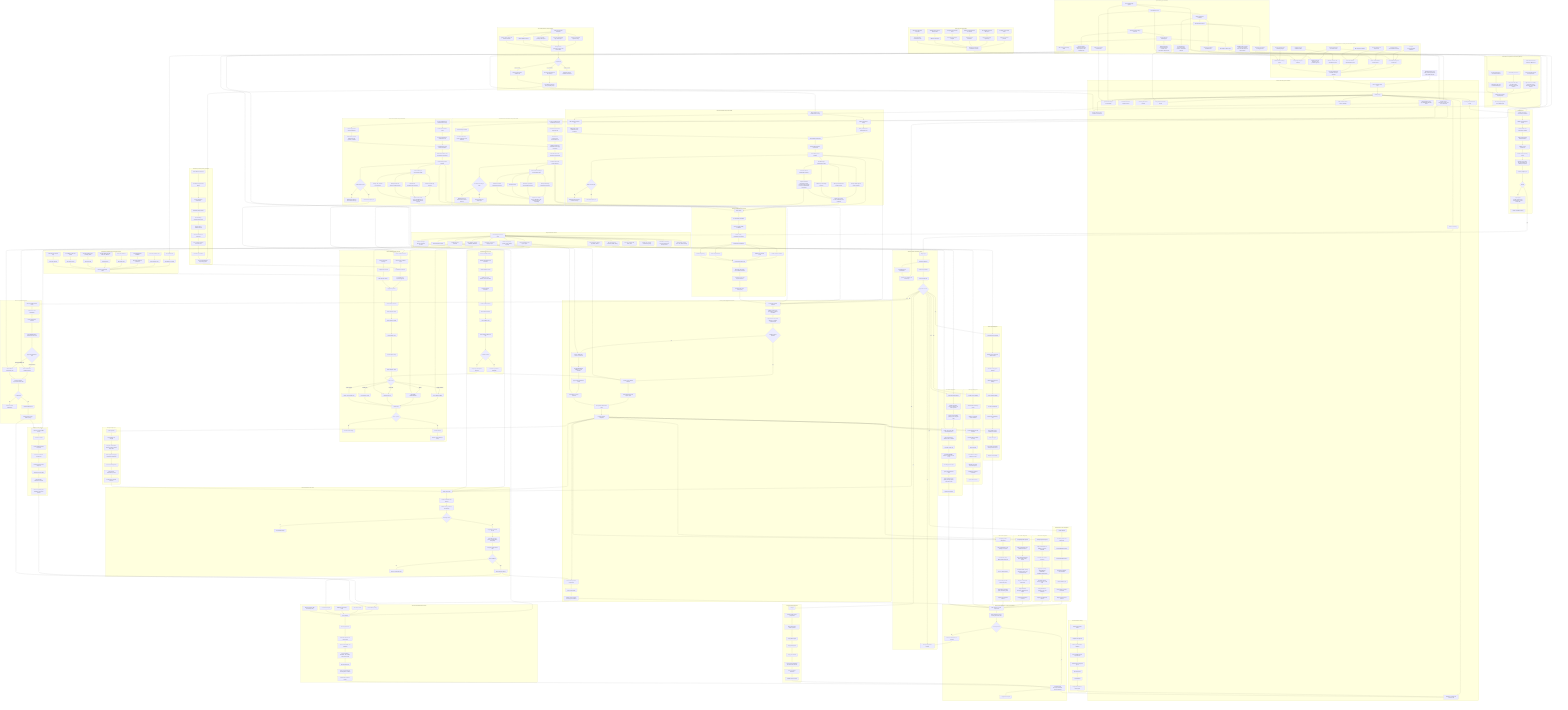
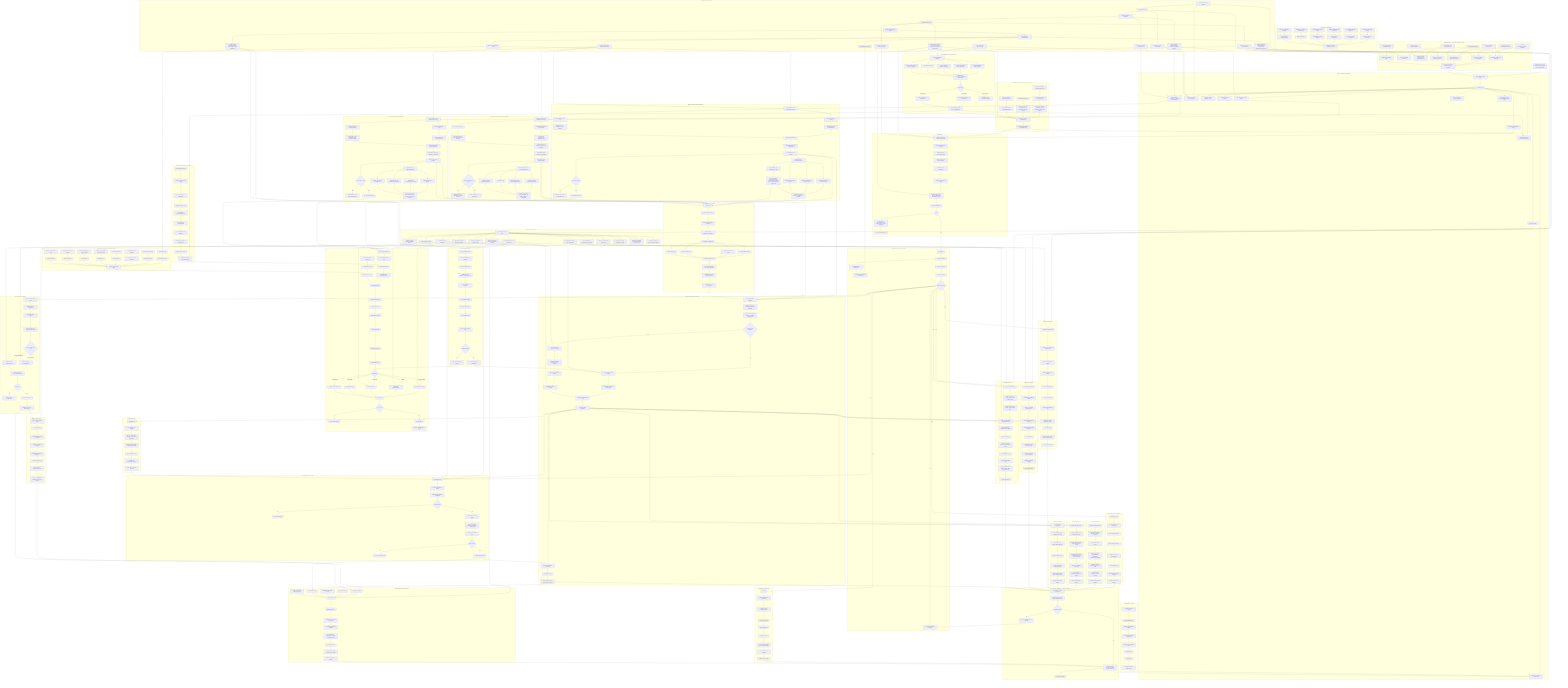
flowchart TD
    START["Management scale view<br/>z/OS provisioning and third-party software lifecycle"] --> CN["Linux or macOS control node"]

    subgraph WORKFORCE["Delivery model: one owner plus AI-assisted execution"]
        OWNER["Human architect and accountable owner"] --> BACKLOG["Architecture backlog and decision log"]
        OWNER --> PRIORITY["Scope triage and pilot selection"]
        OWNER --> REVIEW["Design review, risk acceptance, and production approval"]
        AG1["AI agent: repo/documentation maintainer"] --> BACKLOG
        AG2["AI agent: product documentation researcher"] --> DOCQUEUE["Vendor documentation research queue"]
        AG3["AI agent: Ansible role implementer"] --> ROLEQUEUE["Role and collection implementation queue"]
        AG4["AI agent: test and verification builder"] --> TESTQUEUE["Scenario, molecule, lint, and evidence queue"]
        AG5["AI agent: migration and unwinding analyst"] --> UNWINDQUEUE["Installed-state unwinding queue"]
        COPILOT["IDE completion assistant"] --> ROLEQUEUE
        BACKLOG --> DECISIONS["Recorded assumptions, constraints, and open questions"]
        DOCQUEUE --> DECISIONS
        ROLEQUEUE --> DECISIONS
        TESTQUEUE --> DECISIONS
        UNWINDQUEUE --> DECISIONS
    end

    subgraph CONTROL["Control node and project foundation"]
        CN --> AP["Ansible project"]
        AP --> INV["Inventory and environment model"]
        AP --> ROLES["Shared role catalog"]
        AP --> DATA["Product, region, subsystem, security, and clone definitions"]
        AP --> REPORT["Validation, reporting, and evidence roles"]
        AP --> DOCS["Synchronized design documentation"]
        AP --> DIAGS["Standalone Mermaid diagram sources"]
        AP --> GIT["Git history with atomic commits"]
        AP --> CI["Lint, syntax, and scenario checks"]
        AP --> SECRETS["Vault, credential, token, and key handling"]
        AP --> COLLECTIONS["Ansible collections and execution environments"]
        AP --> TEMPLATES["Jinja templates for JCL, SQL, PARMLIB, PROCLIB, RACF"]
    end

    subgraph GAPS["Top-to-bottom gap remediation"]
        GAP1["Cross-document gap register"] --> GAP2["Pilot selection record"]
        GAP2 --> GAP3["Artifact and schema foundation"]
        GAP3 --> GAP4["IBM automation contract"]
        GAP4 --> GAP5["Security and clone-factory decisions"]
        GAP5 --> GAP6["Vendor intake and unwinding plan"]
        GAP6 --> GAP7["Pilot design readiness gate"]
        GAP3 --> GAP8["Product definition, dependency graph, evidence, and backout schemas"]
        GAP4 --> GAP9["z/OSMF, Ansible collection, control-node, managed-node, CICS, IMS, Db2, and MQ decisions"]
        GAP5 --> GAP10["Security backend abstraction, RACF-first clone template, z/VM capability map"]
        GAP6 --> GAP11["Entitlement-backed inventory, BMC pilot evidence, OSS dispositions, sidequest rule"]
        GAP2 --> GAP12["Pilot and governance controls detail"]
        GAP3 --> GAP13["Schema and evidence foundation detail"]
        GAP4 --> GAP14["Automation contract and security gap detail"]
        GAP6 --> GAP15["BMC read-only unwinding detail"]
+         GAP6 --> GAP16["Product inventory and entitlement intake detail"]
+         GAP4 --> GAP17["Subsystem scope and execution detail"]
+         GAP6 --> GAP18["OSS and sidequest disposition detail"]
    end

    subgraph IBMDOCS["IBM Ansible and platform documentation gathering"]
        ID1["Gather Red Hat Ansible Content for IBM Z docs"] --> ID2["Record collection versions and requirements"]
        ID2 --> ID3["Map z/OS Core, z/OSMF, CICS, IMS, System Automation, and Z HMC modules"]
        ID4["Gather IBM product docs"] --> ID5["Map z/OS, CICS, IMS, Db2, MQ, System Automation, and z/VM surfaces"]
        ID6["Probe unsupported or unconfirmed surfaces"] --> ID7["Classify Db2, MQ, and z/VM automation gaps"]
        ID3 --> ID8["Platform and collection capability maps"]
        ID5 --> ID8
        ID7 --> ID8
        ID8 --> ID9["Role design prerequisites and preflight inputs"]
    end

    subgraph OSSDOCS["OSS tooling discovery and governance"]
        OSS1["Collect relevant OSS candidates"] --> OSS2["Feilong and IBM z/VM adjacent tooling"]
        OSS1 --> OSS3["Zowe CLI, API Mediation Layer, and Explorer"]
        OSS1 --> OSS4["zopen community packages and Git port"]
        OSS1 --> OSS5["Galasa validation harness"]
        OSS1 --> OSS6["py3270, x3270, s3270, and emulator watchlist"]
        OSS2 --> OSS7["Classify license, provenance, support, and internal owner"]
        OSS3 --> OSS7
        OSS4 --> OSS7
        OSS5 --> OSS7
        OSS6 --> OSS7
        OSS7 --> OSS8{"Adoption lane"}
        OSS8 -- "Core candidate" --> OSS9["Pin version and mirror into internal depot"]
        OSS8 -- "Optional helper" --> OSS10["Track as control-node or validation aid"]
        OSS8 -- "Risky or unclear" --> OSS11["Quarantine outside executable automation"]
        OSS9 --> OSS12["Feed platform and clone-factory capability maps"]
        OSS10 --> OSS12
    end

    subgraph ARCH["Target architecture surfaces"]
        ROLES --> ZOS["z/OS managed node over SSH"]
        ZOS --> ZOSMF["z/OSMF APIs and workflows"]
        ZOS --> ZOAU["ZOAU and Python runtime"]
        ZOS --> JES["JES job submission and spool capture"]
        ZOS --> MVS["MVS datasets, catalogs, PROCLIB, PARMLIB"]
        ZOS --> USS["USS paths, permissions, tagging, scripts"]
        ZOS --> SMPE["SMP/E CSI, target libraries, distribution libraries"]
        ZOS --> RACF["RACF users, groups, profiles, permits, OMVS, keyrings"]
        ZOS --> CICSAPI["CICS TS, CICSPlex SM, CMCI, CSD"]
        ZOS --> IMSAPI["IMS control regions, commands, DBRC, catalog"]
        ZOS --> DB2API["Db2 subsystems, catalog, SQL, BIND, utilities"]
        ZOS --> TCPIP["TCP/IP, ports, resolver, certificates, keyrings"]
        ZOS --> AUTO["Automation, scheduling, console command, and message hooks"]
        ZOS --> STORAGE["SMS classes, volumes, ACS rules, dataset naming"]
    end

    subgraph PREFLIGHT["Preflight checks"]
        INV --> PF1["Validate control node versions and collections"]
        PF1 --> PF2["Validate SSH and Python on z/OS"]
        PF2 --> PF3["Validate ZOAU and environment variables"]
        PF3 --> PF4["Gather z/OS facts and dataset standards"]
        PF4 --> PF5["Validate security permissions"]
        PF5 --> PF6["Validate storage and HLQ access"]
        PF6 --> PF7["Validate product, CICS, IMS, Db2, SMP/E, and z/OSMF prerequisites"]
        PF7 --> PF8["Produce preflight report"]
        PF8 --> PFGATE{"Ready?"}
        PFGATE -- "No" --> PFGAP["Report gaps<br/>security, storage, SSH, ZOAU, Python, product media, APIs"]
        PFGAP --> PFFOLLOW["Create remediation backlog"]
    end

    ID9 --> PF1
    ID9 --> COLLECTIONS
    OSS12 --> ID8
    OSS12 --> COLLECTIONS
    OSS12 --> DP10
    GAP1 --> BACKLOG
    GAP1 --> DOCS
    GAP2 --> PRIORITY
    GAP7 --> IN8
    GAP8 --> DATA
    GAP8 --> CI
    GAP9 --> ID8
    GAP9 --> PF1
    GAP10 --> CL2
    GAP10 --> R1
    GAP11 --> DOCQUEUE
    GAP11 --> UNWINDQUEUE
    GAP12 --> DOCS
    GAP13 --> DATA
    GAP14 --> PF1
    GAP15 --> BMC1
    GAP15 --> UW1
+     GAP16 --> BMC1
+     GAP16 --> CA1
+     GAP16 --> RK1
+     GAP17 --> C1
+     GAP17 --> I1
+     GAP17 --> D1
+     GAP17 --> PF7
+     GAP18 --> OSS1
+     GAP18 --> DOCS

    subgraph INTAKE["Enterprise intake and design controls"]
        PFGATE -- "Yes" --> IN1["Stage inputs"]
        IN1 --> IN2["Normalize definitions"]
        IN2 --> IN3["Resolve dependencies"]
        IN3 --> IN4["Build execution plan"]
        IN4 --> IN5{"Approval to execute?"}
        IN5 -- "No" --> IN6["Hold plan and publish findings"]
        IN2 --> IN7["Tag unknowns and assumptions"]
        IN7 --> IN8["Split into pilot, backlog, and out-of-scope"]
    end

    subgraph ZOSMFCTRL["z/OSMF-first control model"]
        ZM1["Discover z/OSMF services"] --> ZM2["Validate authentication and certificates"]
        ZM2 --> ZM3["Validate workflow service"]
        ZM3 --> ZM4["Validate jobs, files, datasets, and console APIs"]
        ZM4 --> ZM5["Register workflow templates"]
        ZM5 --> ZM6["Create workflow instance"]
        ZM6 --> ZM7["Bind workflow variables"]
        ZM7 --> ZM8["Drive workflow steps"]
        ZM8 --> ZM9["Collect workflow status and logs"]
        ZM9 --> ZM10{"Workflow reusable?"}
        ZM10 -- "Yes" --> ZM11["Promote as preferred install path"]
        ZM10 -- "No" --> ZM12["Wrap as product-specific exception"]
    end

    subgraph PRODUCTMODEL["Product definition schema pressure"]
        PD1["Vendor family"] --> PD2["Product identity and aliases"]
        PD2 --> PD3["Version, release, FMIDs, SYSMODs"]
        PD3 --> PD4["Media, service, HOLDDATA, checksums"]
        PD4 --> PD5["Install method classification"]
        PD5 --> PD6["z/OSMF workflow variables"]
        PD5 --> PD7["SMP/E zones and CSI model"]
        PD5 --> PD8["Vendor JCL parameters"]
        PD5 --> PD9["Runtime-only overlay"]
        PD6 --> PD10["Runtime integration hooks"]
        PD7 --> PD10
        PD8 --> PD10
        PD9 --> PD10
        PD10 --> PD11["CICS, IMS, Db2, RACF, USS, TCP/IP, automation"]
        PD11 --> PD12["Verification probes and expected evidence"]
        PD12 --> PD13["Backout, hold, soak, accept policy"]
    end

    subgraph BMC["BMC documentation and product intake"]
        BMC1["BMC entitlement and installed-state inventory"] --> BMC2["BMC documentation catalog"]
        BMC1 --> BMC3["BMC Product Download Tool"]
        BMC2 --> BMC4["BMC product/version documentation set"]
        BMC3 --> BMC5["BMC media, service, HOLDDATA, tools, workflows"]
        BMC4 --> BMC6["Classify BMC install method"]
        BMC5 --> BMC6
        BMC6 --> BMC7["Extract BMC automation requirements"]
        BMC7 --> BMC8["Create BMC product definition"]
        BMC8 --> BMC9{"BMC ready for pilot?"}
        BMC9 -- "No" --> BMC10["Mark BMC unknowns and continue discovery"]
        BMC9 -- "Yes" --> BMC11["Select BMC adapter pilot"]
        BMC8 --> BMC12["First BMC target documentation intake"]
        BMC12 --> BMC13["AMI Ops Monitoring and monitor products"]
        BMC12 --> BMC14["AMI Ops Automation and licensed options"]
        BMC12 --> BMC15["AMI DevX product-family inventory"]
        BMC12 --> BMC17["Control-M suite and INCONTROL inventory"]
        BMC13 --> BMC16["Capture docs, media, service, HOLDDATA, JCL, workflows"]
        BMC14 --> BMC16
        BMC15 --> BMC16
        BMC17 --> BMC18["Capture distributed orchestration, agents, Automation API, Control-M for z/OS, and INCONTROL components"]
        BMC18 --> BMC16
    end

    subgraph BROADCOM["Broadcom CA documentation and product intake"]
        CA1["Broadcom entitlement and installed-state inventory"] --> CA2["Broadcom TechDocs and Support Portal"]
        CA1 --> CA3["Broadcom My Downloads"]
        CA2 --> CA4["Broadcom CA product/version documentation set"]
        CA3 --> CA5["Broadcom CA media, service, HOLDDATA, tools, workflows"]
        CA4 --> CA6["Classify Broadcom CA install method and legacy CA aliases"]
        CA5 --> CA6
        CA6 --> CA7["Extract Broadcom CA automation requirements"]
        CA7 --> CA8["Create Broadcom CA product definition"]
        CA8 --> CA9{"Broadcom CA ready for pilot?"}
        CA9 -- "No" --> CA10["Mark Broadcom CA unknowns and continue discovery"]
        CA9 -- "Yes" --> CA11["Select Broadcom CA adapter pilot"]
        CA8 --> CA12["First Broadcom CA target documentation intake"]
        CA12 --> CA13["DevOps and change-management inventory"]
        CA12 --> CA14["Automation, operations, and scheduling inventory"]
        CA12 --> CA15["Security inventory"]
        CA12 --> CA16["Database and data-management inventory"]
        CA13 --> CA17["Capture docs, media, service, HOLDDATA, JCL, workflows, lifecycle, compatibility"]
        CA14 --> CA17
        CA15 --> CA17
        CA16 --> CA17
    end

    subgraph ROCKET["Rocket documentation and product intake"]
        RK1["Rocket entitlement and installed-state inventory"] --> RK2["Rocket documentation portal"]
        RK1 --> RK3["Rocket support and download channels"]
        RK2 --> RK4["Rocket product/version documentation set"]
        RK3 --> RK5["Rocket media, service, HOLDDATA, USS payloads, workflows"]
        RK4 --> RK6["Classify Rocket install method and aliases"]
        RK5 --> RK6
        RK6 --> RK7["Extract Rocket MVS, USS, and runtime requirements"]
        RK7 --> RK8["Create Rocket product definition"]
        RK8 --> RK9{"Rocket ready for pilot?"}
        RK9 -- "No" --> RK10["Mark Rocket unknowns and continue discovery"]
        RK9 -- "Yes" --> RK11["Select Rocket adapter pilot"]
        RK8 --> RK12["First Rocket target documentation intake"]
        RK12 --> RK13["TMON and monitoring inventory"]
        RK12 --> RK14["Mainstar and storage/recovery inventory"]
        RK12 --> RK15["Enterprise Suite and developer tooling inventory"]
        RK12 --> RK16["Change, JCL, and data tools inventory"]
        RK13 --> RK17["Capture docs, media, service, HOLDDATA, JCL, workflows, USS and Java payloads"]
        RK14 --> RK17
        RK15 --> RK17
        RK16 --> RK17
    end

    subgraph VENDORLIFE["Generic third-party vendor lifecycle"]
        VD1["Vendor media and service"] --> VD2["Internal vendor software depot"]
        VD2 --> VD3["Product bill of materials"]
        VD3 --> VD4["Compatibility and dependency graph"]
        VD5["Current z/OS estate discovery"] --> VD6["Configuration unwinder"]
        VD6 --> VD7["Observed state catalog"]
        VD4 --> VD8["Deployment planner"]
        VD7 --> VD8
        VD8 --> VA1["Vendor adapter: discover"]
        VA1 --> VA2["Vendor adapter: intake"]
        VA2 --> VA3["Vendor adapter: classify"]
        VA3 --> VA4["Vendor adapter: plan"]
        VA4 --> VA5["Vendor adapter: stage"]
        VA5 --> VA6["Vendor adapter: check"]
        VA6 --> VA7{"Install method"}
        VA7 -- "z/OSMF workflow" --> VA8["Drive z/OSMF workflow"]
        VA7 -- "SMP/E" --> VA9["Run SMP/E RECEIVE/APPLY"]
        VA7 -- "Vendor JCL" --> VA10["Submit vendor JCL"]
        VA7 -- "Runtime only" --> VA11["Apply runtime overlay"]
        VA7 -- "Legacy capture" --> VA12["Capture and normalize only"]
        VA8 --> VA13["Vendor verify"]
        VA9 --> VA13
        VA10 --> VA13
        VA11 --> VA13
        VA12 --> VA13
        VA13 --> VA14{"Vendor passed?"}
        VA14 -- "No" --> VA15["Recover vendor change"]
        VA14 -- "Yes" --> VA16["Vendor evidence"]
        VA16 --> VA17["Promote, hold, rollback, or accept"]
    end

    subgraph DEPOT["Internal depot and repository operations"]
        DP1["Raw entitlement download"] --> DP2["Checksum and provenance capture"]
        DP2 --> DP3["License and access classification"]
        DP3 --> DP4["Normalize package names"]
        DP4 --> DP5["Store media by vendor/product/version"]
        DP5 --> DP6["Store service by APAR/PTF/build"]
        DP6 --> DP7["Store HOLDDATA and advisories"]
        DP7 --> DP8["Store z/OSMF workflows and vendor JCL"]
        DP8 --> DP9["Generate depot manifest"]
        DP9 --> DP10["Feed product BOM and dependency graph"]
    end

    subgraph UNWIND["Configuration unwinding and current-state capture"]
        UW1["Scan SMP/E CSIs"] --> UW2["Map FMIDs to products"]
        UW3["Scan APF, LINKLIST, LPA"] --> UW4["Map runtime libraries"]
        UW5["Scan PROCLIB and PARMLIB"] --> UW6["Map started tasks and parameters"]
        UW7["Scan CICS definitions"] --> UW8["Map CICS hooks"]
        UW9["Scan IMS PROCLIB, DBD, PSB, ACB, RECON"] --> UW10["Map IMS hooks"]
        UW11["Scan Db2 catalog, plans, packages, grants"] --> UW12["Map Db2 hooks"]
        UW13["Scan RACF profiles and permits"] --> UW14["Map security hooks"]
        UW15["Scan USS trees and file tags"] --> UW16["Map USS payloads"]
        UW2 --> UW17["Observed product state graph"]
        UW4 --> UW17
        UW6 --> UW17
        UW8 --> UW17
        UW10 --> UW17
        UW12 --> UW17
        UW14 --> UW17
        UW16 --> UW17
    end

    subgraph VENDORDEPLOY["Vendor product deployment execution"]
        VP1["Load vendor product definition"] --> VP2["Validate media, license, prerequisites, workflows, and FMIDs"]
        VP2 --> VP3["Stage media to USS, MVS datasets, or z/OSMF workflow inputs"]
        VP3 --> VP4{"z/OSMF workflow available?"}
        VP4 -- "Yes" --> VP5["Create or drive z/OSMF workflow"]
        VP4 -- "No" --> VP6["Prepare SMP/E CSI, zones, or vendor JCL"]
        VP5 --> VP7["Track workflow steps and capture output"]
        VP6 --> VP8["Run RECEIVE/APPLY CHECK or vendor validation"]
        VP8 --> VP9["Approval gate for APPLY or install"]
        VP9 --> VP10["Run APPLY or vendor install JCL"]
        VP7 --> VP11["Run product customization steps"]
        VP10 --> VP11
        VP11 --> VP12["Configure runtime integration"]
        VP12 --> VP13["Start or refresh product components"]
        VP13 --> VP14["Verify product status"]
        VP14 --> VP15["Capture vendor evidence and deployment manifest"]
    end

    subgraph SHAREDZOS["Shared z/OS services deployment"]
        SZ1["Allocate datasets"] --> SZ2["Set catalog aliases and SMS policy"]
        SZ2 --> SZ3["Render PARMLIB members"]
        SZ3 --> SZ4["Render PROCLIB members"]
        SZ4 --> SZ5["Update APF, LINKLIST, LPA candidates"]
        SZ5 --> SZ6["Submit validation jobs"]
        SZ6 --> SZ7["Issue refresh or operator commands"]
        SZ7 --> SZ8["Capture system-service evidence"]
    end

    subgraph CICS["CICS region deployment"]
        C1["Load CICS region definition"] --> C2["Validate region naming and dataset model"]
        C2 --> C3["Allocate or verify region datasets"]
        C3 --> C4["Initialize global and local catalogs"]
        C4 --> C5["Create auxiliary datasets"]
        C5 --> C6["Create or update CSD"]
        C6 --> C7["Render and install startup JCL"]
        C7 --> C8["Apply CMCI resource definitions if enabled"]
        C8 --> C9["Start CICS region"]
        C9 --> C10["Verify CICS region status and expected resources"]
        C10 --> C11["Capture CICS evidence"]
    end

    subgraph CICSINTEG["CICS vendor integration"]
        CI1["Identify target CICS regions"] --> CI2["Map product libraries to DFHRPL or dynamic LIBRARY"]
        CI2 --> CI3["Generate CSD or BAS resources"]
        CI3 --> CI4["Apply PLT, SIT, TDQ, TCPIPSERVICE, PROGRAM, TRANSACTION changes"]
        CI4 --> CI5["Coordinate phase-in, newcopy, recycle, or cold start"]
        CI5 --> CI6["Verify transactions, programs, exits, and messages"]
        CI6 --> CI7["Capture CICS integration evidence"]
    end

    subgraph IMS["IMS region deployment"]
        I1["Load IMS region definition"] --> I2["Validate IMSID and library model"]
        I2 --> I3["Allocate or verify IMS runtime datasets"]
        I3 --> I4["Render PROCLIB and JCL members"]
        I4 --> I5["Generate DBDs and PSBs if in scope"]
        I5 --> I6["Generate ACBs"]
        I6 --> I7["Run DBRC or catalog actions if in scope"]
        I7 --> I8["Start IMS control and dependent regions"]
        I8 --> I9["Submit IMS verification commands"]
        I9 --> I10["Capture IMS evidence"]
    end

    subgraph IMSINTEG["IMS vendor integration"]
        II1["Identify target IMS systems"] --> II2["Map product libraries and PROCLIB members"]
        II2 --> II3["Generate IMS parameters, DBDs, PSBs, ACBs if needed"]
        II3 --> II4["Coordinate DBRC, catalog, dependent regions, and command security"]
        II4 --> II5["Recycle or refresh IMS components"]
        II5 --> II6["Verify commands, messages, databases, and regions"]
        II6 --> II7["Capture IMS integration evidence"]
    end

    subgraph DB2["Db2 artifact deployment"]
        D1["Load Db2 artifact definition"] --> D2["Validate subsystem, schema, collection, and authority model"]
        D2 --> D3["Capture current catalog, package, plan, and grant state"]
        D3 --> D4["Render SQL, bind, utility, and verification JCL"]
        D4 --> D5["Run non-destructive validation where available"]
        D5 --> D6["Run DDL or DCL jobs"]
        D6 --> D7["Run BIND, REBIND, FREE, or package jobs if in scope"]
        D7 --> D8["Run utility jobs if in scope"]
        D8 --> D9["Query catalog and bind state"]
        D9 --> D10["Verify expected objects, grants, packages, plans, and return codes"]
        D10 --> D11["Capture Db2 evidence"]
    end

    subgraph DB2INTEG["Db2 vendor integration"]
        DI1["Identify target Db2 subsystems"] --> DI2["Map product libraries, SQL, packages, and plans"]
        DI2 --> DI3["Generate DDL, DCL, BIND, GRANT, utility jobs"]
        DI3 --> DI4["Run pre-catalog capture"]
        DI4 --> DI5["Execute Db2 jobs with return-code policy"]
        DI5 --> DI6["Verify catalog, packages, plans, collections, grants"]
        DI6 --> DI7["Capture Db2 integration evidence"]
    end

    subgraph RACFCTL["RACF maintenance and control"]
        R1["RACF desired state"] --> R2["Render commands and backout"]
        R2 --> R3["Validate naming, collisions, and authority"]
        R3 --> R4{"RACF approved?"}
        R4 -- "No" --> R5["Report RACF findings"]
        R4 -- "Yes" --> R6["Apply RACF command stream"]
        R6 --> R7["Query users, groups, profiles, permits, OMVS, and keyrings"]
        R7 --> R8["Compare expected RACF state"]
        R8 --> R9{"RACF matched?"}
        R9 -- "No" --> R10["Recover or flag RACF drift"]
        R9 -- "Yes" --> R11["Publish security evidence"]
    end

    subgraph SECURITYDESIGN["Security design scope"]
        SD1["Authority model"] --> SD2["Least-privilege role mapping"]
        SD2 --> SD3["Surrogate, OPERCMDS, FACILITY, dataset, started-task profiles"]
        SD3 --> SD4["OMVS segments, keyrings, certificates, PassTickets"]
        SD4 --> SD5["Clone-local identity model"]
        SD5 --> SD6["Disconnected authentication posture"]
        SD6 --> SD7["Audit evidence and drift detection"]
    end

    subgraph MAINT["z/OS and product maintenance"]
        M1["Discover installed service levels"] --> M2["Intake service and HOLDDATA"]
        M2 --> M3["Create maintenance manifest"]
        M3 --> M4["Run RECEIVE/APPLY CHECK and hold review"]
        M4 --> M5{"Approved maintenance path"}
        M5 -- "z/OSMF workflow" --> M6["Drive maintenance z/OSMF workflow"]
        M5 -- "Generated SMP/E JCL" --> M7["Submit SMP/E maintenance jobs"]
        M6 --> M8["Verify CSI, libraries, reports, and runtime state"]
        M7 --> M8
        M8 --> M9{"Soak passed?"}
        M9 -- "No" --> M10["Recover or hold maintenance"]
        M9 -- "Yes" --> M11["ACCEPT with approval"]
        M11 --> M12["Publish service level to SMP repository"]
    end

    subgraph SMPEFACTORY["SMP/E repository factory"]
        SF1["Receive vendor and IBM service"] --> SF2["Run APPLY CHECK"]
        SF2 --> SF3["Review HOLDDATA and exceptions"]
        SF3 --> SF4["Promote to controlled service level"]
        SF4 --> SF5["Build canonical CSI and library set"]
        SF5 --> SF6["Snapshot repository state"]
        SF6 --> SF7["Emit cloneable maintenance baseline"]
        SF7 --> SF8["Record compatibility with middleware and vendor products"]
    end

    subgraph FULLENV["Full environment deployment"]
        F1["Preflight"] --> F2["Install or update vendor prerequisites"]
        F2 --> F3["Deploy base vendor runtime products"]
        F3 --> F4["Deploy CICS regions"]
        F4 --> F5["Deploy IMS regions"]
        F5 --> F6["Deploy Db2 artifacts"]
        F6 --> F7["Deploy vendor integrations into CICS, IMS, and Db2"]
        F7 --> F8["Run cross-system verification"]
        F8 --> F9["Publish evidence bundle"]
    end

    subgraph CLONE["Disconnected VM guest clone factory"]
        CL1["Internal SMP repository"] --> CL2["Clone manifest"]
        CL3["z/OS service levels"] --> CL2
        CL4["Middleware and vendor levels"] --> CL2
        CL5["Local RACF template"] --> CL2
        CL6["VM guest network, disk, and storage policy"] --> CL2
        CL2 --> CL7["Plan VM guest clone"]
        CL7 --> CL8["Materialize datasets and USS content"]
        CL8 --> CL9["Generate local RACF and certificates"]
        CL9 --> CL10["Render PARMLIB, PROCLIB, JES, TCP/IP, and product config"]
        CL10 --> CL11["Boot VM guest clone"]
        CL11 --> CL12["Verify local-only authority and subsystem readiness"]
        CL12 --> CL13["Publish clone evidence bundle"]
    end

    subgraph TESTING["Test and evidence strategy"]
        T1["Static lint and syntax checks"] --> T2["Template rendering tests"]
        T2 --> T3["Offline product-definition validation"]
        T3 --> T4["Mock z/OSMF and JES response tests"]
        T4 --> T5["Sandbox z/OS or VM guest dry run"]
        T5 --> T6["Pilot deployment"]
        T6 --> T7["Soak validation"]
        T7 --> T8["Regression bundle for future agents"]
    end

    subgraph RISK["Scale and risk communication"]
        K1["No single vendor install model"] --> K2["Adapter-per-product pressure"]
        K3["No established universal SMP repos"] --> K4["Depot and repository engineering"]
        K5["Existing configuration must be unwound"] --> K6["Discovery before automation"]
        K7["Security and disconnected clones"] --> K8["Local authority model per VM guest"]
        K9["z/OSMF preferred but not sufficient alone"] --> K10["Fallbacks still required"]
        K11["CICS, IMS, Db2, RACF integration"] --> K12["Cross-subsystem verification burden"]
        K2 --> K13["Management takeaway: feasible but enormous"]
        K4 --> K13
        K6 --> K13
        K8 --> K13
        K10 --> K13
        K12 --> K13
    end

    subgraph VERIFY["Cross-system verification, recovery, and evidence"]
        X1["Start, refresh, or recycle components"] --> X2["Verify subsystem, product, security, and service state"]
        X2 --> X3{"All checks passed?"}
        X3 -- "No" --> X4["Recover, rollback, hold, or flag drift"]
        X3 -- "Yes" --> X5["Evidence bundle<br/>JES output, manifests, reports, snapshots"]
        X5 --> X6["Deployment complete"]
    end

    DECISIONS --> CN
    DATA --> BMC1
    DATA --> CA1
    DATA --> RK1
    BMC11 --> VD1
    CA11 --> VD1
    RK11 --> VD1
    BMC8 --> VP1
    CA8 --> VP1
    RK8 --> VP1
    BMC8 --> PD1
    BMC16 --> PD1
    BMC18 --> PD1
    CA8 --> PD1
    CA17 --> PD1
    RK8 --> PD1
    RK17 --> PD1
    DP10 --> VD3
    UW17 --> VD7
    PD13 --> VP1

    IN5 -- "Yes" --> VP1
    IN5 -- "Yes" --> SZ1
    IN5 -- "Yes" --> C1
    IN5 -- "Yes" --> I1
    IN5 -- "Yes" --> D1
    IN5 -- "Yes" --> R1
    IN5 -- "Yes" --> M1
    IN5 -- "Yes" --> F1

    ZOSMF --> VA8
    ZOSMF --> VP5
    ZOSMF --> M6
    ZOSMF --> ZM1
    SMPE --> VA9
    SMPE --> VP6
    SMPE --> M7
    SMPE --> SF1
    JES --> VA10
    JES --> VP10
    JES --> D4
    RACF --> R1
    CICSAPI --> C1
    IMSAPI --> I1
    DB2API --> D1

    ZM11 --> VP5
    ZM12 --> VA7
    VP12 --> C8
    VP12 --> I4
    VP12 --> D4
    VP12 --> R1
    VP12 --> CI1
    VP12 --> II1
    VP12 --> DI1
    VP12 --> SD1
    SZ8 --> X1
    CI7 --> X1
    II7 --> X1
    DI7 --> X1
    SD7 --> R1
    R11 --> VP13
    C11 --> X1
    I10 --> X1
    D11 --> X1
    VP15 --> X1
    M12 --> SF1
    SF8 --> CL1
    M12 --> CL1
    VP15 --> CL4
    R11 --> CL5
    F9 --> X5
    CL13 --> X5
    T8 --> REPORT
    K13 --> REVIEW

    X4 --> IN6
    X5 --> REPORT
